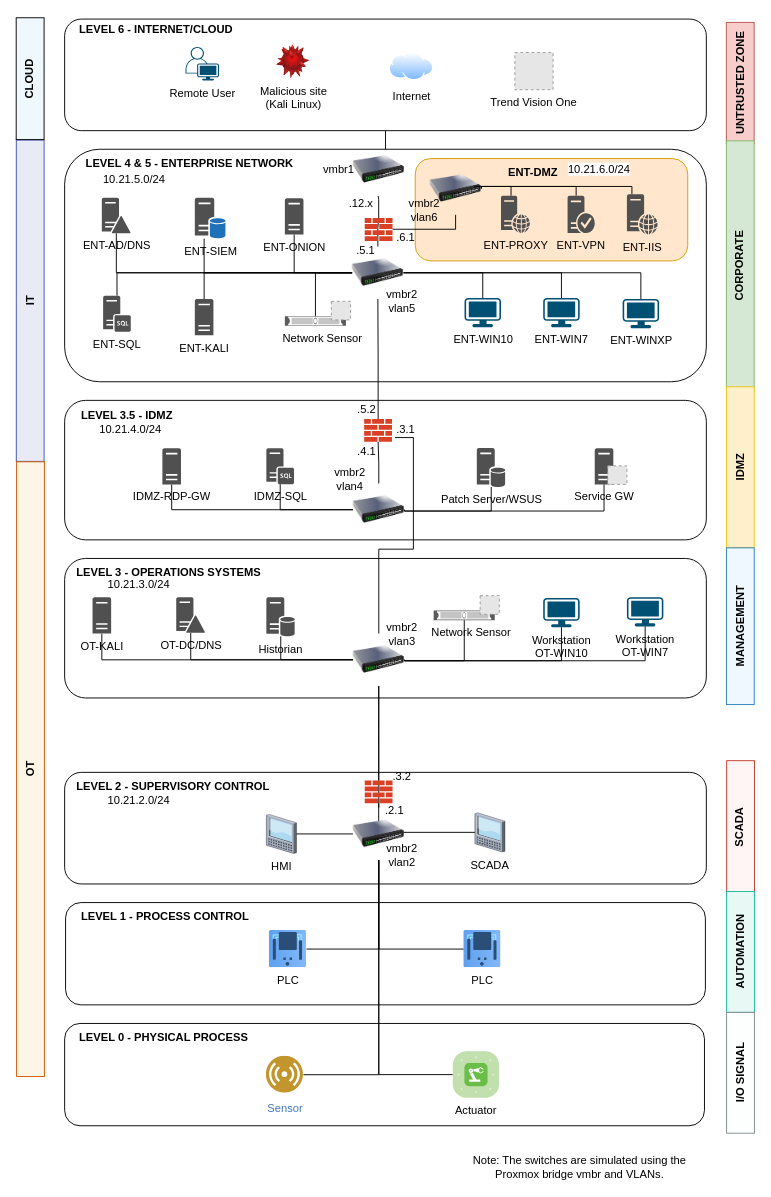
The draw.io diagram architecture_diagram.drawio in jeromet2020/ics-ot-lab, before the edit. Source tidied: cells renumbered, new cells numbered last; positions are measured from the earlier drawing's top-left corner, leaving out a move shared by most shapes. Both pictures are drawn from the tidied source at 93%, with x=0, y=0 at pixel (-277, 16). Pictures stored in the file or linked from it are replaced by grey dashed boxes.
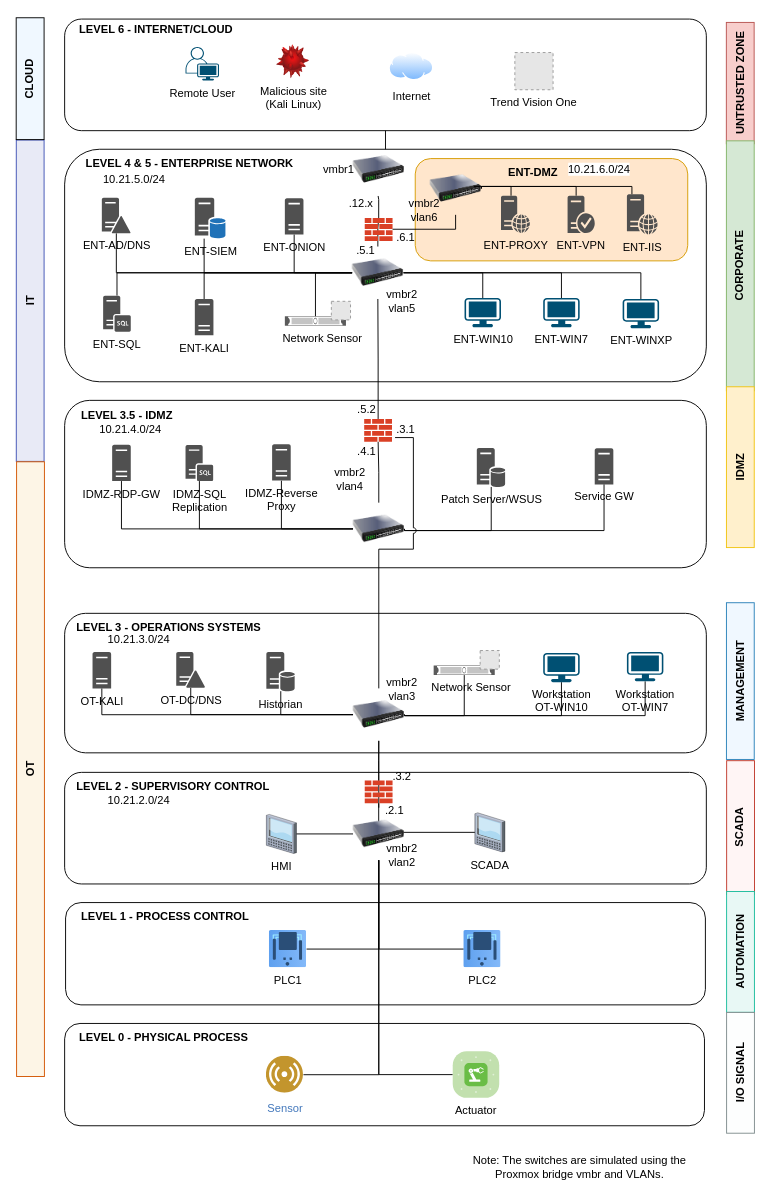
The same page after the edit.

Unchanged cells that the change refers to:
```xml
<mxCell id="44" value="Patch Server/WSUS" style="sketch=0;shadow=0;dashed=0;html=1;strokeColor=none;fillColor=#505050;labelPosition=center;verticalLabelPosition=bottom;verticalAlign=top;outlineConnect=0;align=center;shape=mxgraph.office.servers.database_server;" parent="1" vertex="1">
  <mxGeometry x="810.2" y="464.1" width="31" height="42" as="geometry" />
</mxCell>
<mxCell id="59" style="group;" parent="1" vertex="1">
  <mxGeometry x="937" y="464.4" width="34.6" height="39" as="geometry" />
</mxCell>
<mxCell id="60" value="&lt;span style=&quot;background-color: transparent; color: light-dark(rgb(0, 0, 0), rgb(255, 255, 255));&quot;&gt;Service GW&lt;/span&gt;" style="sketch=0;shadow=0;dashed=0;html=1;strokeColor=none;fillColor=#505050;labelPosition=center;verticalLabelPosition=bottom;verticalAlign=top;outlineConnect=0;align=center;shape=mxgraph.office.servers.server_generic;" parent="59" vertex="1">
  <mxGeometry width="20" height="39" as="geometry" />
</mxCell>
<mxCell id="75" value="Network Sensor" style="strokeColor=#666666;html=1;labelPosition=center;align=center;spacingLeft=15;shadow=0;dashed=0;outlineConnect=0;shape=mxgraph.rack.general.1u_rack_server;verticalLabelPosition=bottom;verticalAlign=top;" parent="74" vertex="1">
  <mxGeometry y="16" width="65.7" height="10.4" as="geometry" />
</mxCell>
<mxCell id="124" value=".4.1" style="text;html=1;align=center;verticalAlign=middle;whiteSpace=wrap;rounded=0;" parent="1" vertex="1">
  <mxGeometry x="662.3" y="453" width="60" height="30" as="geometry" />
</mxCell>
```

Diff of the diagram source:
```diff
@@
     <mxCell id="4" style="rounded=1;whiteSpace=wrap;html=1;" parent="1" vertex="1">
-      <mxGeometry x="367" y="583" width="690" height="150" as="geometry" />
+      <mxGeometry x="367" y="642" width="690" height="150" as="geometry" />
     </mxCell>
     <mxCell id="5" style="rounded=1;whiteSpace=wrap;html=1;" parent="1" vertex="1">
-      <mxGeometry x="367" y="413" width="690" height="150" as="geometry" />
+      <mxGeometry x="367" y="413" width="690" height="180" as="geometry" />
     </mxCell>
@@
     <mxCell id="34" style="image;html=1;image=img/lib/clip_art/networking/Switch_128x128.png;" parent="1" vertex="1">
-      <mxGeometry x="677.1" y="502.4" width="55.3" height="56.4" as="geometry" />
+      <mxGeometry x="677.1" y="523" width="55.3" height="56.4" as="geometry" />
     </mxCell>
-    <mxCell id="35" style="edgeStyle=orthogonalEdgeStyle;rounded=0;jettySize=auto;html=1;entryX=0;entryY=0.5;entryDx=0;entryDy=0;endArrow=none;startFill=0;" parent="1" edge="1" source="36" target="34">
+    <mxCell id="35" style="edgeStyle=orthogonalEdgeStyle;rounded=0;jettySize=auto;html=1;entryX=0;entryY=0.5;entryDx=0;entryDy=0;endArrow=none;endFill=0;" parent="1" edge="1" source="36" target="34">
       <mxGeometry relative="1" as="geometry">
         <Array as="points">
-          <mxPoint x="482.1" y="531" />
+          <mxPoint x="428" y="551" />
         </Array>
       </mxGeometry>
     </mxCell>
     <mxCell id="36" value="IDMZ-RDP-GW" style="sketch=0;shadow=0;dashed=0;html=1;strokeColor=none;fillColor=#505050;labelPosition=center;verticalLabelPosition=bottom;verticalAlign=top;outlineConnect=0;align=center;shape=mxgraph.office.servers.server_generic;" parent="1" vertex="1">
-      <mxGeometry x="472.1" y="464.4" width="20" height="39" as="geometry" />
+      <mxGeometry x="418.1" y="460.8" width="20" height="39" as="geometry" />
     </mxCell>
-    <mxCell id="37" style="edgeStyle=orthogonalEdgeStyle;rounded=0;jettySize=auto;html=1;entryX=0;entryY=0.5;entryDx=0;entryDy=0;endArrow=none;startFill=0;" parent="1" edge="1" source="38" target="34">
+    <mxCell id="37" style="edgeStyle=orthogonalEdgeStyle;rounded=0;jettySize=auto;html=1;entryX=0;entryY=0.5;entryDx=0;entryDy=0;endArrow=none;endFill=0;" parent="1" edge="1" source="38" target="34">
       <mxGeometry relative="1" as="geometry">
         <Array as="points">
-          <mxPoint x="599" y="531" />
+          <mxPoint x="512" y="551" />
         </Array>
       </mxGeometry>
     </mxCell>
-    <mxCell id="38" value="IDMZ-SQL" style="sketch=0;shadow=0;dashed=0;html=1;strokeColor=none;fillColor=#505050;labelPosition=center;verticalLabelPosition=bottom;verticalAlign=top;outlineConnect=0;align=center;shape=mxgraph.office.servers.sql_server;" parent="1" vertex="1">
-      <mxGeometry x="583.9" y="464.4" width="29.7" height="38.7" as="geometry" />
+    <mxCell id="38" value="IDMZ-SQL&lt;div&gt;Replication&lt;/div&gt;" style="sketch=0;shadow=0;dashed=0;html=1;strokeColor=none;fillColor=#505050;labelPosition=center;verticalLabelPosition=bottom;verticalAlign=top;outlineConnect=0;align=center;shape=mxgraph.office.servers.sql_server;" parent="1" vertex="1">
+      <mxGeometry x="497" y="461.1" width="29.7" height="38.7" as="geometry" />
     </mxCell>
@@
     <mxCell id="43" style="edgeStyle=orthogonalEdgeStyle;rounded=0;jettySize=auto;html=1;entryX=1;entryY=0.5;entryDx=0;entryDy=0;endArrow=none;startFill=0;" parent="1" edge="1" source="44" target="34">
       <mxGeometry relative="1" as="geometry">
         <Array as="points">
-          <mxPoint x="826.1" y="532" />
+          <mxPoint x="826" y="553" />
+          <mxPoint x="732" y="553" />
         </Array>
       </mxGeometry>
     </mxCell>
@@
-    <mxCell id="61" style="fillColor=#E6E6E6;strokeColor=#999999;dashed=1;verticalLabelPosition=bottom;labelBackgroundColor=default;verticalAlign=top;" parent="59" vertex="1">
-      <mxGeometry x="14" y="19" width="20.6" height="20" as="geometry" />
-    </mxCell>
     <mxCell id="62" style="edgeStyle=orthogonalEdgeStyle;rounded=0;jettySize=auto;html=1;entryX=1;entryY=0.5;entryDx=0;entryDy=0;endArrow=none;startFill=0;" parent="1" edge="1" source="60" target="34">
       <mxGeometry relative="1" as="geometry">
         <Array as="points">
-          <mxPoint x="947" y="532" />
+          <mxPoint x="947" y="553" />
+          <mxPoint x="732" y="553" />
         </Array>
       </mxGeometry>
     </mxCell>
     <mxCell id="63" style="edgeStyle=orthogonalEdgeStyle;rounded=0;jettySize=auto;html=1;entryX=0;entryY=0.5;entryDx=0;entryDy=0;endArrow=none;startFill=0;" parent="1" edge="1" source="64" target="70">
       <mxGeometry relative="1" as="geometry">
         <Array as="points">
-          <mxPoint x="503" y="691" />
+          <mxPoint x="503" y="750" />
         </Array>
       </mxGeometry>
     </mxCell>
     <mxCell id="64" value="OT-DC/&lt;span style=&quot;background-color: transparent; color: light-dark(rgb(0, 0, 0), rgb(255, 255, 255));&quot;&gt;DNS&lt;/span&gt;" style="sketch=0;shadow=0;dashed=0;html=1;strokeColor=none;fillColor=#505050;labelPosition=center;verticalLabelPosition=bottom;verticalAlign=top;outlineConnect=0;align=center;shape=mxgraph.office.servers.domain_controller;" parent="1" vertex="1">
-      <mxGeometry x="487" y="624.7" width="31.1" height="38.3" as="geometry" />
+      <mxGeometry x="487" y="683.7" width="31.1" height="38.3" as="geometry" />
     </mxCell>
     <mxCell id="65" style="edgeStyle=orthogonalEdgeStyle;rounded=0;jettySize=auto;html=1;entryX=0;entryY=0.5;entryDx=0;entryDy=0;endArrow=none;startFill=0;" parent="1" edge="1" source="66" target="70">
       <mxGeometry relative="1" as="geometry">
         <Array as="points">
-          <mxPoint x="599" y="691" />
+          <mxPoint x="599" y="750" />
         </Array>
       </mxGeometry>
     </mxCell>
     <mxCell id="66" value="Historian" style="sketch=0;shadow=0;dashed=0;html=1;strokeColor=none;fillColor=#505050;labelPosition=center;verticalLabelPosition=bottom;verticalAlign=top;outlineConnect=0;align=center;shape=mxgraph.office.servers.database_server;" parent="1" vertex="1">
-      <mxGeometry x="583.9" y="624.7" width="31" height="42" as="geometry" />
+      <mxGeometry x="583.9" y="683.7" width="31" height="42" as="geometry" />
     </mxCell>
     <mxCell id="67" style="edgeStyle=orthogonalEdgeStyle;rounded=0;jettySize=auto;html=1;entryX=1;entryY=0.5;entryDx=0;entryDy=0;endArrow=none;startFill=0;" parent="1" edge="1" source="68" target="70">
       <mxGeometry relative="1" as="geometry">
         <Array as="points">
-          <mxPoint x="901" y="693" />
+          <mxPoint x="901" y="752" />
         </Array>
       </mxGeometry>
     </mxCell>
     <mxCell id="68" value="Workstation&lt;div&gt;OT-WIN10&lt;/div&gt;" style="points=[[0.03,0.03,0],[0.5,0,0],[0.97,0.03,0],[1,0.4,0],[0.97,0.745,0],[0.5,1,0],[0.03,0.745,0],[0,0.4,0]];verticalLabelPosition=bottom;sketch=0;html=1;verticalAlign=top;align=center;shape=mxgraph.cisco19.workstation;fillColor=#005073;strokeColor=none;" parent="1" vertex="1">
-      <mxGeometry x="881.6" y="625.6" width="39.2" height="31.4" as="geometry" />
+      <mxGeometry x="881.6" y="684.6" width="39.2" height="31.4" as="geometry" />
     </mxCell>
-    <mxCell id="69" style="edgeStyle=orthogonalEdgeStyle;rounded=0;jettySize=auto;html=1;endArrow=none;startFill=0;entryX=1;entryY=0;entryDx=0;entryDy=0;" parent="1" edge="1" source="70" target="124">
+    <mxCell id="69" style="edgeStyle=orthogonalEdgeStyle;rounded=0;jettySize=auto;html=1;endArrow=none;startFill=0;entryX=1;entryY=0;entryDx=0;entryDy=0;jumpStyle=arc;" parent="1" edge="1" source="70" target="124">
       <mxGeometry relative="1" as="geometry">
         <Array as="points">
           <mxPoint x="705" y="573" />
           <mxPoint x="742" y="573" />
           <mxPoint x="742" y="453" />
         </Array>
       </mxGeometry>
     </mxCell>
     <mxCell id="70" style="image;html=1;image=img/lib/clip_art/networking/Switch_128x128.png;" parent="1" vertex="1">
-      <mxGeometry x="677.1" y="663.7" width="55.3" height="56.4" as="geometry" />
+      <mxGeometry x="677.1" y="722.7" width="55.3" height="56.4" as="geometry" />
     </mxCell>
     <mxCell id="71" style="edgeStyle=orthogonalEdgeStyle;rounded=0;jettySize=auto;html=1;entryX=1;entryY=0.5;entryDx=0;entryDy=0;endArrow=none;startFill=0;" parent="1" edge="1" source="72" target="70">
       <mxGeometry relative="1" as="geometry">
         <Array as="points">
-          <mxPoint x="991" y="693" />
+          <mxPoint x="991" y="752" />
         </Array>
       </mxGeometry>
     </mxCell>
     <mxCell id="72" value="Workstation&lt;div&gt;OT-WIN7&lt;/div&gt;" style="points=[[0.03,0.03,0],[0.5,0,0],[0.97,0.03,0],[1,0.4,0],[0.97,0.745,0],[0.5,1,0],[0.03,0.745,0],[0,0.4,0]];verticalLabelPosition=bottom;sketch=0;html=1;verticalAlign=top;align=center;shape=mxgraph.cisco19.workstation;fillColor=#005073;strokeColor=none;" parent="1" vertex="1">
-      <mxGeometry x="971.6" y="624.7" width="39.2" height="31.4" as="geometry" />
+      <mxGeometry x="971.6" y="683.7" width="39.2" height="31.4" as="geometry" />
     </mxCell>
     <mxCell id="73" value="LEVEL 3 - OPERATIONS SYSTEMS" style="text;html=1;align=left;verticalAlign=middle;whiteSpace=wrap;rounded=0;fontStyle=1;" parent="1" vertex="1">
-      <mxGeometry x="378" y="583" width="249" height="30" as="geometry" />
+      <mxGeometry x="378" y="642" width="249" height="30" as="geometry" />
     </mxCell>
     <mxCell id="74" style="group;" parent="1" vertex="1">
-      <mxGeometry x="763.8" y="623" width="70.6" height="26.5" as="geometry" />
+      <mxGeometry x="763.8" y="682" width="70.6" height="26.5" as="geometry" />
     </mxCell>
@@
     <mxCell id="77" style="edgeStyle=orthogonalEdgeStyle;rounded=0;jettySize=auto;html=1;entryX=1;entryY=0.5;entryDx=0;entryDy=0;endArrow=none;startFill=0;" parent="1" edge="1" source="75" target="70">
       <mxGeometry relative="1" as="geometry">
         <Array as="points">
-          <mxPoint x="797" y="693" />
+          <mxPoint x="797" y="752" />
         </Array>
       </mxGeometry>
     </mxCell>
     <mxCell id="78" style="edgeStyle=orthogonalEdgeStyle;rounded=0;jettySize=auto;html=1;endArrow=none;startFill=0;" parent="1" edge="1" source="79" target="70">
       <mxGeometry relative="1" as="geometry">
         <Array as="points">
-          <mxPoint x="407" y="692" />
+          <mxPoint x="407" y="751" />
         </Array>
       </mxGeometry>
     </mxCell>
     <mxCell id="79" value="OT-KALI" style="sketch=0;shadow=0;dashed=0;html=1;strokeColor=none;fillColor=#505050;labelPosition=center;verticalLabelPosition=bottom;verticalAlign=top;outlineConnect=0;align=center;shape=mxgraph.office.servers.server_generic;" parent="1" vertex="1">
-      <mxGeometry x="397" y="624.7" width="20" height="39" as="geometry" />
+      <mxGeometry x="397" y="683.7" width="20" height="39" as="geometry" />
     </mxCell>
@@
     <mxCell id="81" value="MANAGEMENT" style="rounded=0;whiteSpace=wrap;html=1;rotation=-90;fontStyle=1;fillColor=#F0F8FF;strokeColor=#2980B9;" parent="1" vertex="1">
-      <mxGeometry x="1009.3" y="640.9" width="168.5" height="29.9" as="geometry" />
+      <mxGeometry x="1009.3" y="699.9" width="168.5" height="29.9" as="geometry" />
     </mxCell>
@@
-    <mxCell id="89" value="PLC" style="image;html=1;points=[];align=center;fontSize=12;image=img/lib/azure2/other/Defender_PLC.svg;" parent="1" vertex="1">
+    <mxCell id="89" value="PLC2" style="image;html=1;points=[];align=center;fontSize=12;image=img/lib/azure2/other/Defender_PLC.svg;" parent="1" vertex="1">
       <mxGeometry x="796.2" y="983" width="40" height="40" as="geometry" />
     </mxCell>
@@
-    <mxCell id="91" value="PLC" style="image;html=1;points=[];align=center;fontSize=12;image=img/lib/azure2/other/Defender_PLC.svg;" parent="1" vertex="1">
+    <mxCell id="91" value="PLC1" style="image;html=1;points=[];align=center;fontSize=12;image=img/lib/azure2/other/Defender_PLC.svg;" parent="1" vertex="1">
       <mxGeometry x="587.1" y="983" width="40" height="40" as="geometry" />
     </mxCell>
@@
     <mxCell id="113" value="vmbr2 vlan3" style="text;html=1;align=center;verticalAlign=middle;whiteSpace=wrap;rounded=0;" parent="1" vertex="1">
-      <mxGeometry x="699.8" y="649.5" width="60" height="30" as="geometry" />
+      <mxGeometry x="699.8" y="708.5" width="60" height="30" as="geometry" />
     </mxCell>
@@
     <mxCell id="119" value="&lt;span style=&quot;caret-color: rgb(0, 0, 0); color: rgb(0, 0, 0); text-align: start; white-space-collapse: preserve; background-color: rgb(255, 255, 255);&quot;&gt;&lt;font face=&quot;Helvetica&quot;&gt;10.21.3.0/24&lt;/font&gt;&lt;/span&gt;" style="text;html=1;align=center;verticalAlign=middle;whiteSpace=wrap;rounded=0;" parent="1" vertex="1">
-      <mxGeometry x="417" y="595.5" width="60" height="30" as="geometry" />
+      <mxGeometry x="417" y="654.5" width="60" height="30" as="geometry" />
     </mxCell>
@@
+    <mxCell id="132" style="edgeStyle=orthogonalEdgeStyle;rounded=0;jettySize=auto;html=1;entryX=0;entryY=0.5;entryDx=0;entryDy=0;endArrow=none;endFill=0;" parent="1" edge="1" source="133" target="34">
+      <mxGeometry relative="1" as="geometry">
+        <Array as="points">
+          <mxPoint x="600" y="551" />
+        </Array>
+      </mxGeometry>
+    </mxCell>
+    <mxCell id="133" value="IDMZ-Reverse&lt;div&gt;Proxy&lt;/div&gt;" style="sketch=0;shadow=0;dashed=0;html=1;strokeColor=none;fillColor=#505050;labelPosition=center;verticalLabelPosition=bottom;verticalAlign=top;outlineConnect=0;align=center;shape=mxgraph.office.servers.server_generic;" parent="1" vertex="1">
+      <mxGeometry x="590.1" y="460.3" width="20" height="39" as="geometry" />
+    </mxCell>
```
